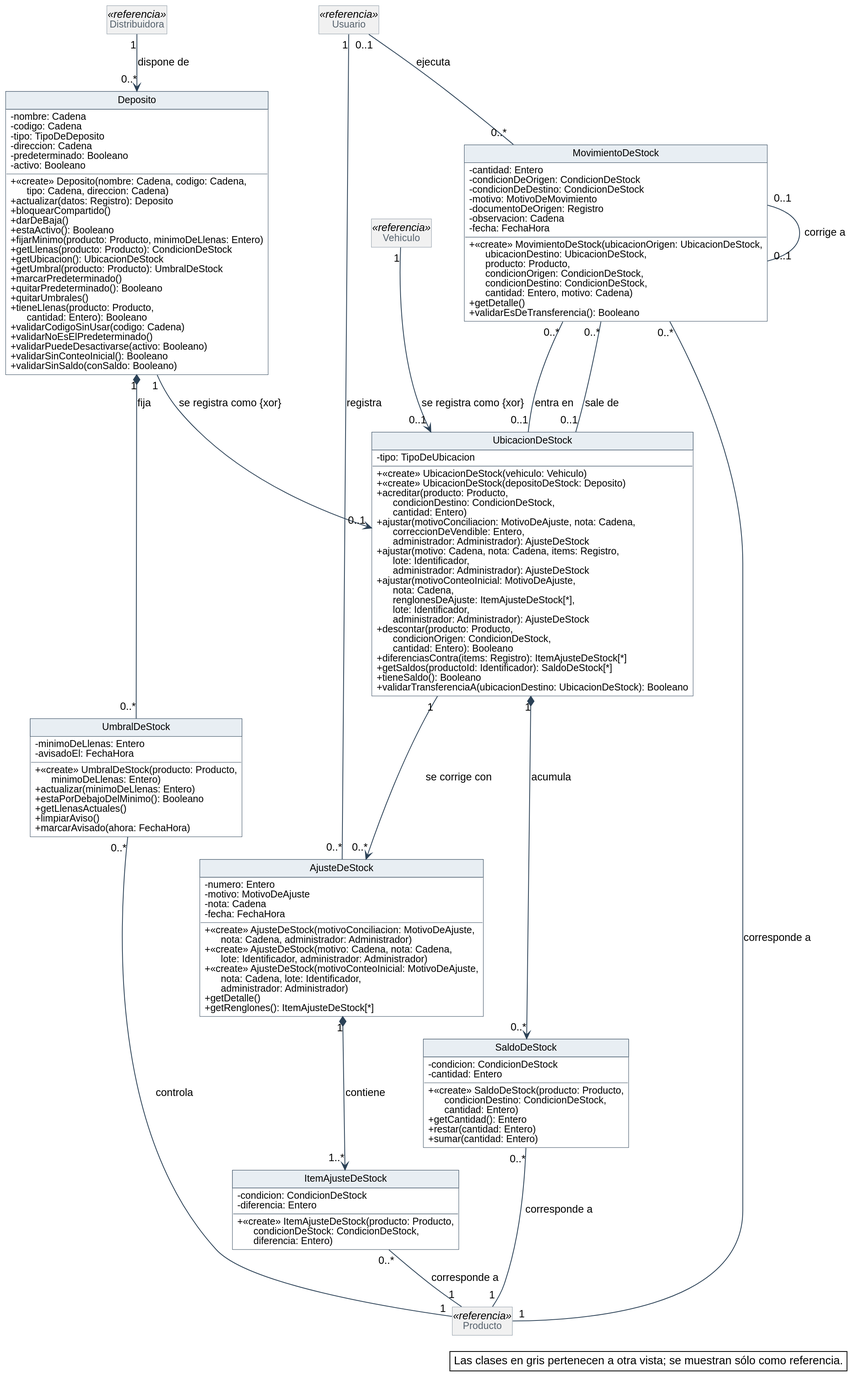
Above: diagramas/clases-diseno/DC_Stock-fisico.svg in Nahuelito-Dev/splg-docs (PlantUML), before the change.
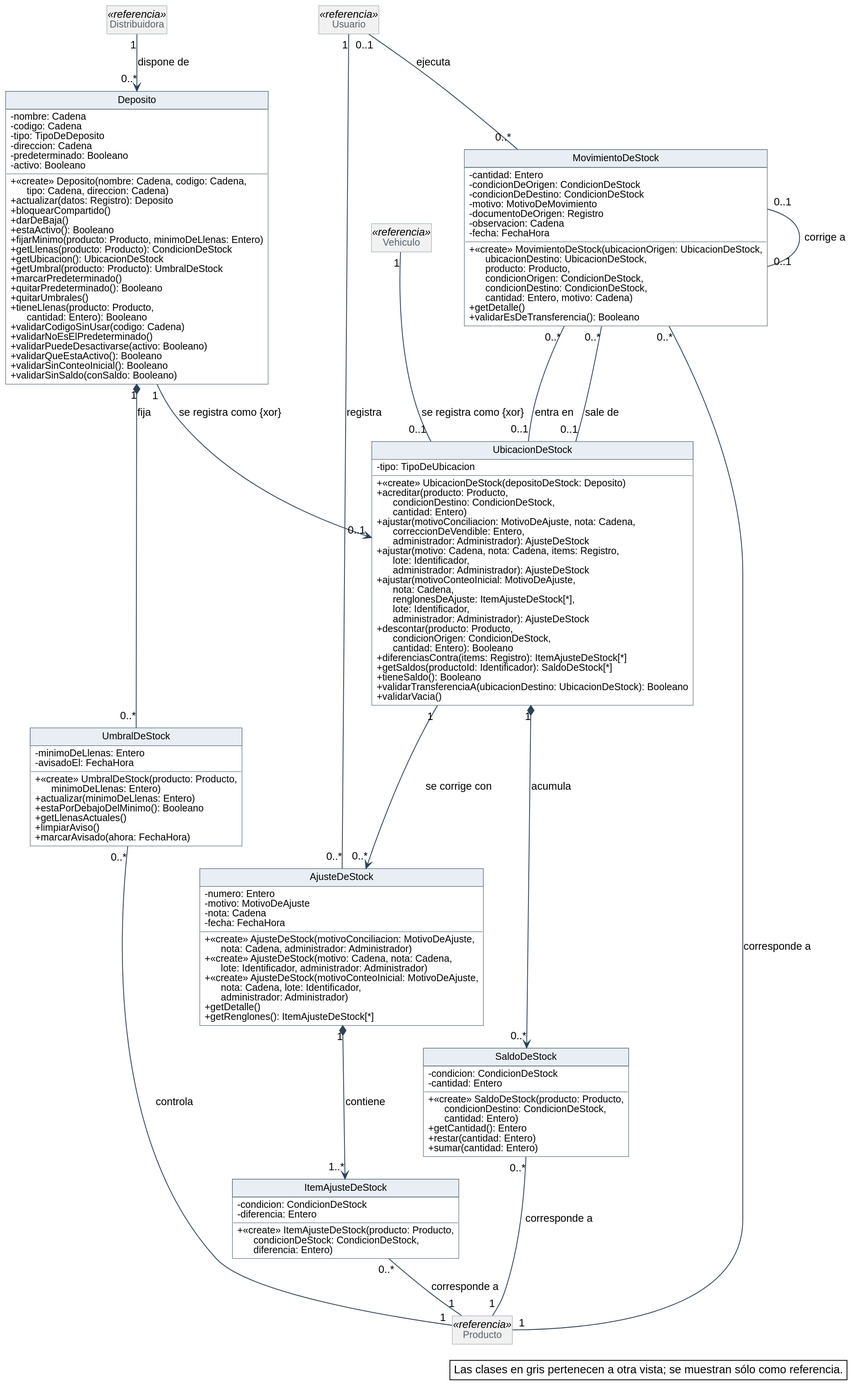
The same file after the commit.

Change to the diagram source:
```diff
@@ -80,12 +80,12 @@
   + validarCodigoSinUsar(codigo: Cadena)
   + validarNoEsElPredeterminado()
   + validarPuedeDesactivarse(activo: Booleano)
+  + validarQueEstaActivo(): Booleano
   + validarSinConteoInicial(): Booleano
   + validarSinSaldo(conSaldo: Booleano)
 }
 class UbicacionDeStock {
   - tipo: TipoDeUbicacion
-  + «create» UbicacionDeStock(vehiculo: Vehiculo)
   + «create» UbicacionDeStock(depositoDeStock: Deposito)
   + acreditar(producto: Producto,\n      condicionDestino: CondicionDeStock,\n      cantidad: Entero)
   + ajustar(motivoConciliacion: MotivoDeAjuste, nota: Cadena,\n      correccionDeVendible: Entero,\n      administrador: Administrador): AjusteDeStock
@@ -96,6 +96,7 @@
   + getSaldos(productoId: Identificador): SaldoDeStock[*]
   + tieneSaldo(): Booleano
   + validarTransferenciaA(ubicacionDestino: UbicacionDeStock): Booleano
+  + validarVacia()
 }
 class SaldoDeStock {
   - condicion: CondicionDeStock
@@ -150,7 +151,7 @@
 
 Distribuidora "1" --> "0..*" Deposito : dispone de
 Deposito "1" --> "0..1" UbicacionDeStock : se registra como {xor}
-Vehiculo "1" --> "0..1" UbicacionDeStock : se registra como {xor}
+Vehiculo "1" -- "0..1" UbicacionDeStock : se registra como {xor}
 UbicacionDeStock "1" *--> "0..*" SaldoDeStock : acumula
 SaldoDeStock "0..*" -- "1" Producto : corresponde a
 MovimientoDeStock "0..*" -- "1" Producto : corresponde a
```
